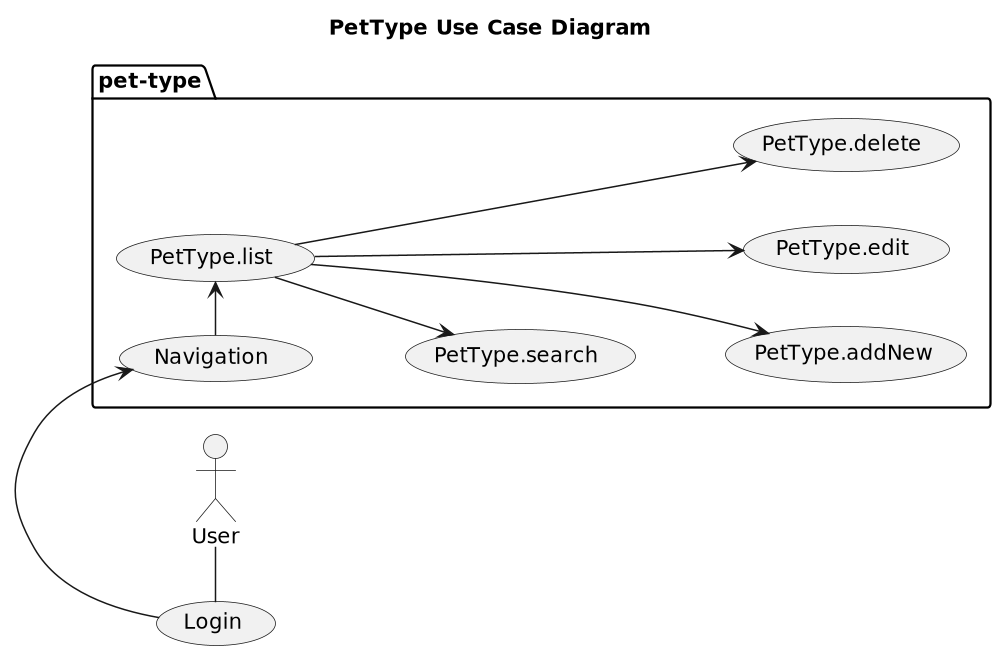
Before: uml/owner/concept/PetType__UseCase-PetType_Use_Case_Diagram.png, a diagram exported from PlantUML (Jakarta-EE-Petclinic/petclinic-uml).
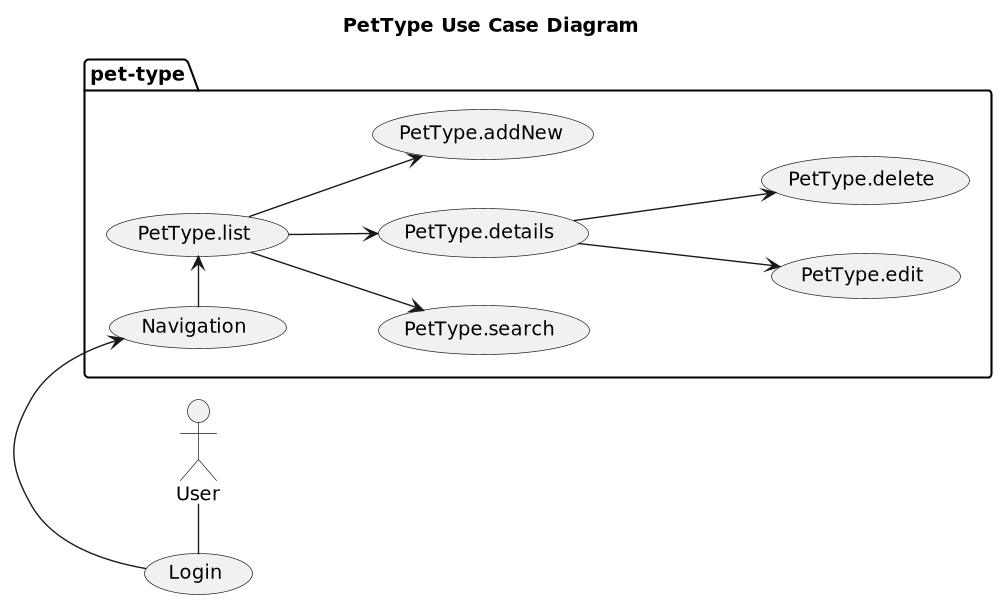
After the change.

Diff of the diagram source:
```diff
@@ -12,8 +12,9 @@
     (Login) -> (Navigation)
     (Navigation) -> (PetType.list)
     (PetType.list) --> (PetType.search)
-    (PetType.list) ---> (PetType.addNew)
-    (PetType.list) ---> (PetType.edit)
-    (PetType.list) ---> (PetType.delete)
+    (PetType.list) --> (PetType.details)
+    (PetType.list) --> (PetType.addNew)
+    (PetType.details) ---> (PetType.edit)
+    (PetType.details) ---> (PetType.delete)
 }
 @enduml
```
